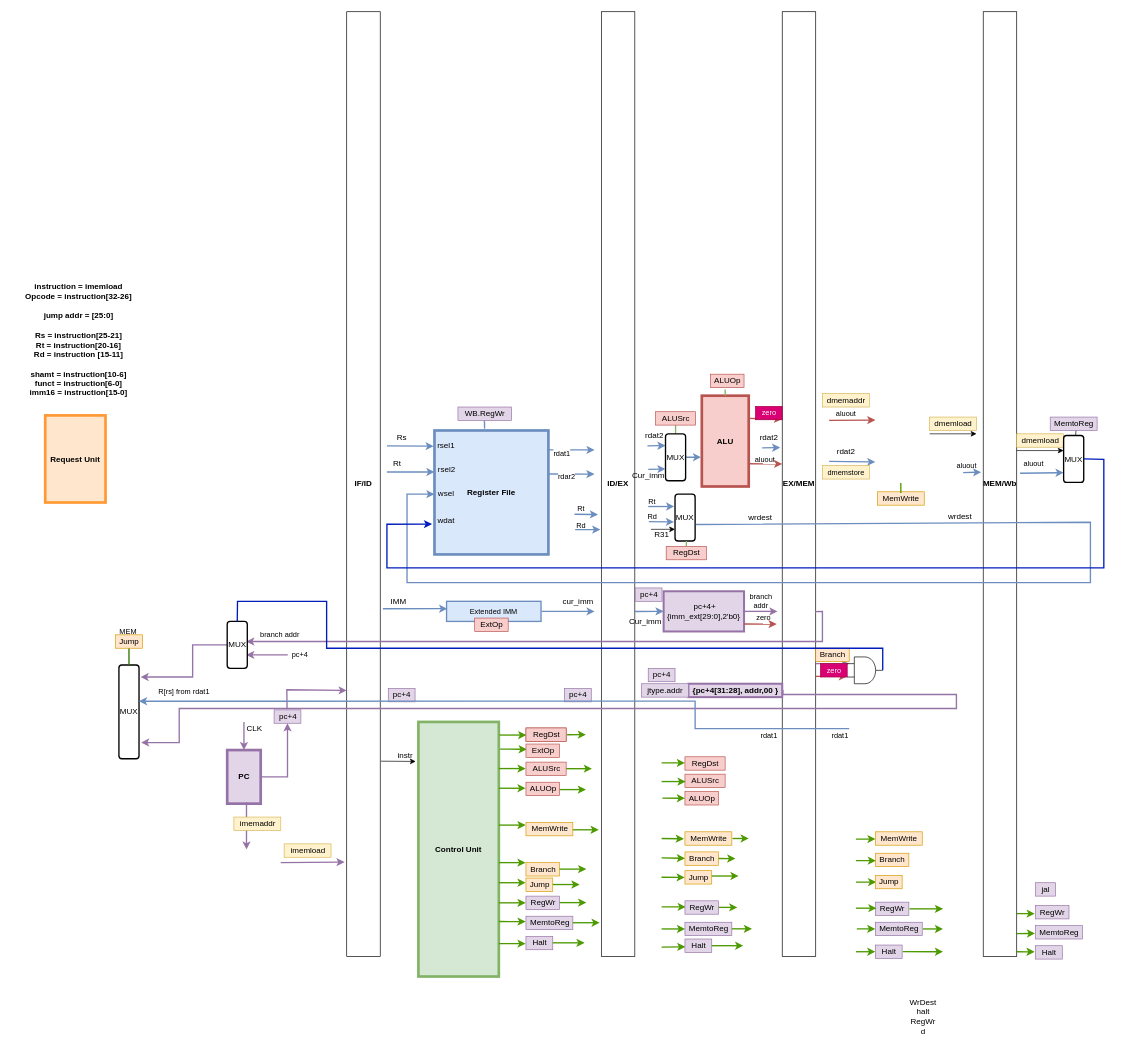
Before: pipeline.drawio in vickyfyq/ece437, a draw.io diagram. Source tidied: cells renumbered, new cells numbered last; positions are measured from the earlier drawing's top-left corner, leaving out a move shared by most shapes. Both pictures are drawn from the tidied source at 67%, with x=0, y=0 at pixel (11, 11).
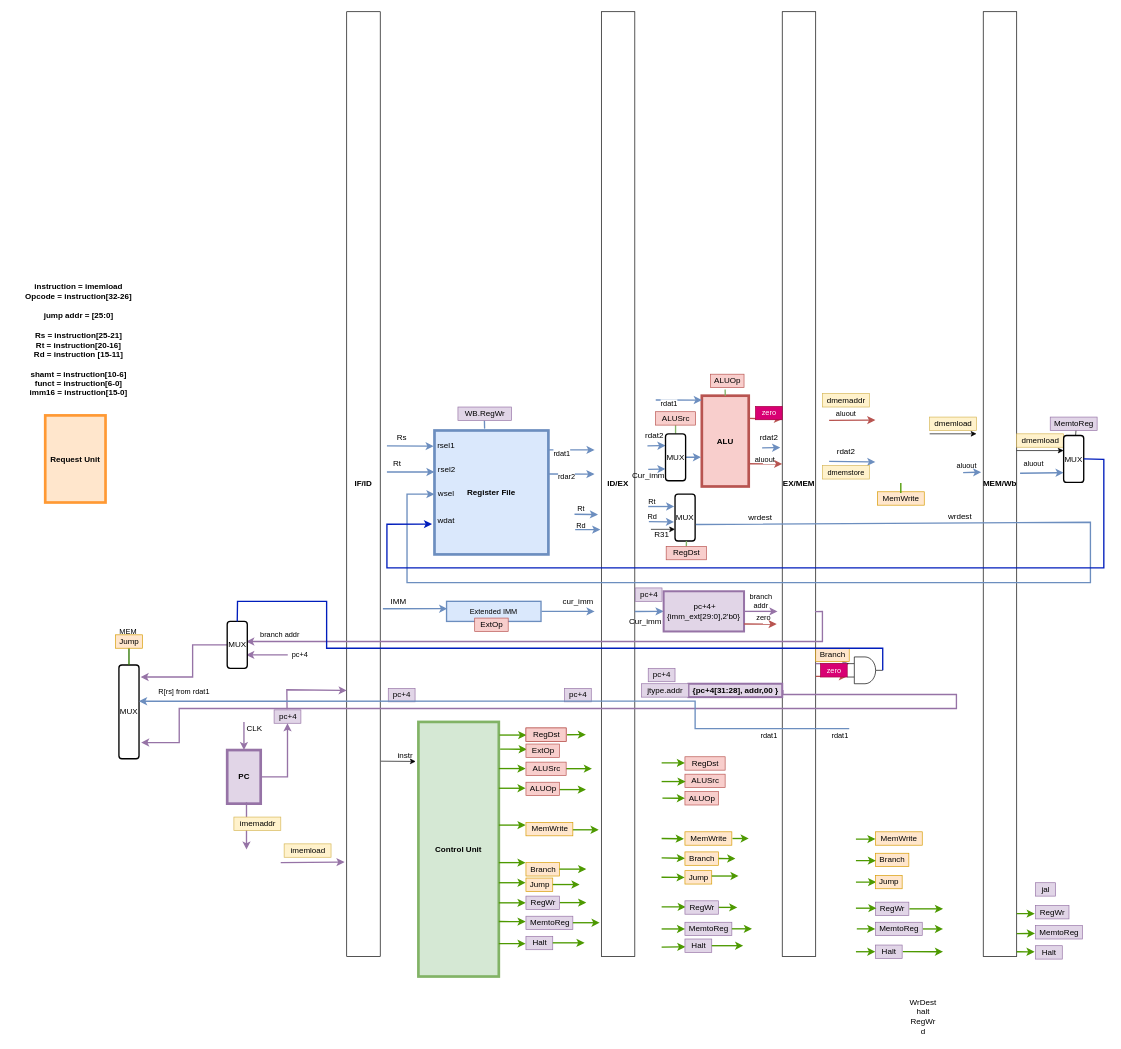
Above is the later version.

Change to the diagram source:
```diff
@@
+    <mxCell id="206" style="endArrow=classic;html=1;rounded=0;labelBackgroundColor=default;fontFamily=Helvetica;fontSize=11;fontColor=default;strokeColor=#6c8ebf;strokeWidth=2;fillColor=#dae8fc;shape=connector;exitX=1.001;exitY=0.156;exitDx=0;exitDy=0;exitPerimeter=0;" parent="1" edge="1">
+      <mxGeometry relative="1" as="geometry">
+        <mxPoint x="961.2" y="579.5" as="sourcePoint" />
+        <mxPoint x="1030" y="579.6" as="targetPoint" />
+      </mxGeometry>
+    </mxCell>
+    <mxCell id="207" value="rdat1" style="edgeLabel;html=1;align=center;verticalAlign=middle;fontSize=11;fontFamily=Helvetica;fontColor=default;" parent="206" vertex="1">
+      <mxGeometry x="-0.45" y="-5" relative="1" as="geometry" />
+    </mxCell>
```
